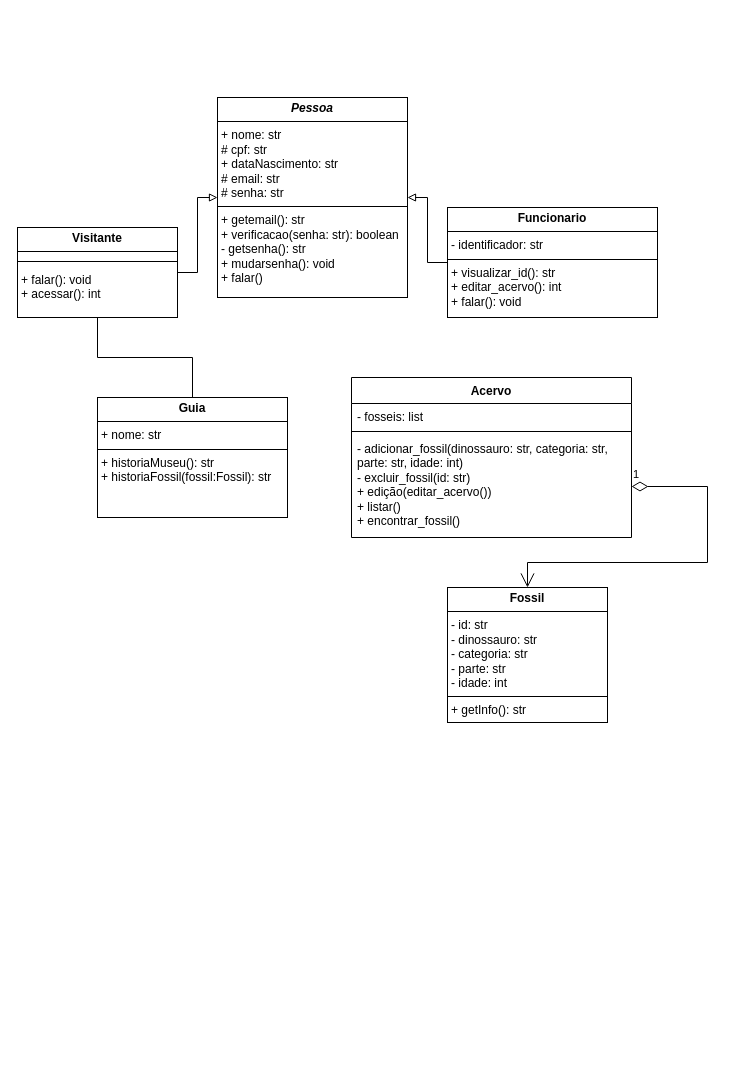
Before: diagramaMuseuDino.drawio in LeticiaMMorais/ProjetoMuseuDino, a draw.io diagram. Source tidied: cells renumbered, new cells numbered last; positions are measured from the earlier drawing's top-left corner, leaving out a move shared by most shapes. Both pictures are drawn from the tidied source at 100%, with x=0, y=0 at pixel (17, 97).
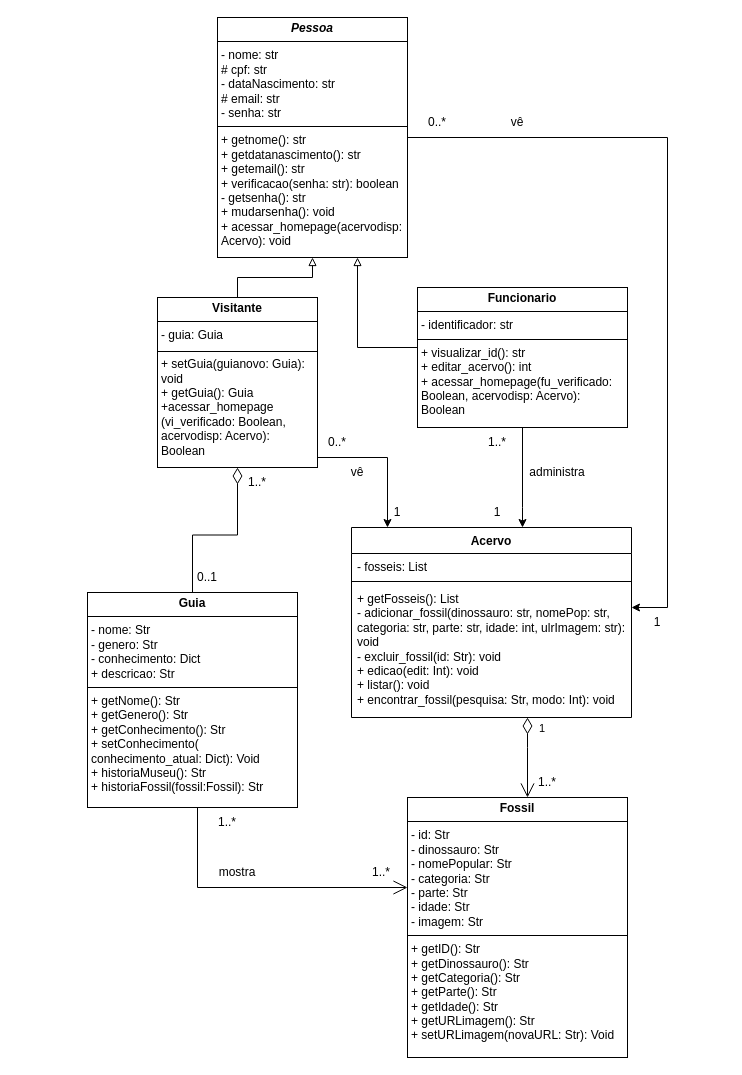
The same page after the edit.

What changed in the source:
```diff
@@
+    <mxCell id="16" style="edgeStyle=orthogonalEdgeStyle;rounded=0;jettySize=auto;html=1;" parent="1" edge="1" source="2" target="12">
+      <mxGeometry relative="1" as="geometry">
+        <Array as="points">
+          <mxPoint x="650" y="40" />
+          <mxPoint x="650" y="510" />
+        </Array>
+      </mxGeometry>
+    </mxCell>
-    <mxCell id="2" value="&lt;p style=&quot;margin:0px;margin-top:4px;text-align:center;&quot;&gt;&lt;b&gt;&lt;i&gt;Pessoa&lt;/i&gt;&lt;/b&gt;&lt;/p&gt;&lt;hr size=&quot;1&quot; style=&quot;border-style:solid;&quot;&gt;&lt;p style=&quot;margin:0px;margin-left:4px;&quot;&gt;+ nome: str&lt;/p&gt;&lt;p style=&quot;margin:0px;margin-left:4px;&quot;&gt;# cpf: str&lt;/p&gt;&lt;p style=&quot;margin:0px;margin-left:4px;&quot;&gt;+ dataNascimento: str&lt;/p&gt;&lt;p style=&quot;margin:0px;margin-left:4px;&quot;&gt;# email: str&lt;/p&gt;&lt;p style=&quot;margin:0px;margin-left:4px;&quot;&gt;# senha: str&lt;/p&gt;&lt;hr size=&quot;1&quot; style=&quot;border-style:solid;&quot;&gt;&lt;p style=&quot;margin:0px;margin-left:4px;&quot;&gt;&lt;span style=&quot;background-color: initial;&quot;&gt;+ getemail(): str&lt;/span&gt;&lt;/p&gt;&lt;p style=&quot;margin:0px;margin-left:4px;&quot;&gt;&lt;span style=&quot;background-color: initial;&quot;&gt;+ verificacao(senha: str): boolean&lt;/span&gt;&lt;/p&gt;&lt;p style=&quot;margin:0px;margin-left:4px;&quot;&gt;&lt;span style=&quot;background-color: initial;&quot;&gt;- getsenha(): str&lt;/span&gt;&lt;/p&gt;&lt;p style=&quot;margin:0px;margin-left:4px;&quot;&gt;&lt;span style=&quot;background-color: initial;&quot;&gt;+ mudarsenha(): void&lt;/span&gt;&lt;/p&gt;&lt;p style=&quot;margin:0px;margin-left:4px;&quot;&gt;+ falar()&lt;/p&gt;" style="verticalAlign=top;align=left;overflow=fill;html=1;whiteSpace=wrap;" parent="1" vertex="1">
-      <mxGeometry x="200" width="190" height="200" as="geometry" />
+    <mxCell id="2" value="&lt;p style=&quot;margin:0px;margin-top:4px;text-align:center;&quot;&gt;&lt;b&gt;&lt;i&gt;Pessoa&lt;/i&gt;&lt;/b&gt;&lt;/p&gt;&lt;hr size=&quot;1&quot; style=&quot;border-style:solid;&quot;&gt;&lt;p style=&quot;margin:0px;margin-left:4px;&quot;&gt;- nome: str&lt;/p&gt;&lt;p style=&quot;margin:0px;margin-left:4px;&quot;&gt;# cpf: str&lt;/p&gt;&lt;p style=&quot;margin:0px;margin-left:4px;&quot;&gt;- dataNascimento: str&lt;/p&gt;&lt;p style=&quot;margin:0px;margin-left:4px;&quot;&gt;# email: str&lt;/p&gt;&lt;p style=&quot;margin:0px;margin-left:4px;&quot;&gt;- senha: str&lt;/p&gt;&lt;hr size=&quot;1&quot; style=&quot;border-style:solid;&quot;&gt;&lt;p style=&quot;margin:0px;margin-left:4px;&quot;&gt;&lt;span style=&quot;background-color: initial;&quot;&gt;+ getnome(): str&lt;/span&gt;&lt;/p&gt;&lt;p style=&quot;margin:0px;margin-left:4px;&quot;&gt;&lt;span style=&quot;background-color: initial;&quot;&gt;+ getdatanascimento(): str&lt;/span&gt;&lt;/p&gt;&lt;p style=&quot;margin:0px;margin-left:4px;&quot;&gt;&lt;span style=&quot;background-color: initial;&quot;&gt;+ getemail(): str&lt;/span&gt;&lt;/p&gt;&lt;p style=&quot;margin:0px;margin-left:4px;&quot;&gt;&lt;span style=&quot;background-color: initial;&quot;&gt;+ verificacao(senha: str): boolean&lt;/span&gt;&lt;/p&gt;&lt;p style=&quot;margin:0px;margin-left:4px;&quot;&gt;&lt;span style=&quot;background-color: initial;&quot;&gt;- getsenha(): str&lt;/span&gt;&lt;/p&gt;&lt;p style=&quot;margin:0px;margin-left:4px;&quot;&gt;&lt;span style=&quot;background-color: initial;&quot;&gt;+ mudarsenha(): void&lt;/span&gt;&lt;/p&gt;&lt;p style=&quot;margin:0px;margin-left:4px;&quot;&gt;+ acessar_homepage(acervodisp: Acervo): void&lt;/p&gt;" style="verticalAlign=top;align=left;overflow=fill;html=1;whiteSpace=wrap;" parent="1" vertex="1">
+      <mxGeometry x="200" y="-80" width="190" height="240" as="geometry" />
     </mxCell>
-    <mxCell id="3" style="edgeStyle=orthogonalEdgeStyle;rounded=0;jettySize=auto;html=1;endArrow=none;endFill=0;" parent="1" edge="1" source="4" target="7">
+    <mxCell id="3" style="edgeStyle=orthogonalEdgeStyle;rounded=0;jettySize=auto;html=1;endArrow=none;endFill=0;startArrow=diamondThin;startFill=0;endSize=12;startSize=14;" parent="1" edge="1" source="4" target="7">
       <mxGeometry relative="1" as="geometry" />
     </mxCell>
+    <mxCell id="17" style="edgeStyle=orthogonalEdgeStyle;rounded=0;jettySize=auto;html=1;" parent="1" edge="1" source="4" target="9">
+      <mxGeometry relative="1" as="geometry">
+        <Array as="points">
+          <mxPoint x="370" y="360" />
+        </Array>
+      </mxGeometry>
+    </mxCell>
-    <mxCell id="4" value="&lt;p style=&quot;margin:0px;margin-top:4px;text-align:center;&quot;&gt;&lt;b&gt;Visitante&lt;/b&gt;&lt;/p&gt;&lt;hr size=&quot;1&quot; style=&quot;border-style:solid;&quot;&gt;&lt;p style=&quot;margin:0px;margin-left:4px;&quot;&gt;&lt;br&gt;&lt;/p&gt;&lt;p style=&quot;margin:0px;margin-left:4px;&quot;&gt;+ falar(): void&lt;/p&gt;&lt;p style=&quot;margin:0px;margin-left:4px;&quot;&gt;+ acessar(): int&lt;/p&gt;&lt;p style=&quot;margin:0px;margin-left:4px;&quot;&gt;&lt;br&gt;&lt;/p&gt;" style="verticalAlign=top;align=left;overflow=fill;html=1;whiteSpace=wrap;" parent="1" vertex="1">
-      <mxGeometry y="130" width="160" height="90" as="geometry" />
+    <mxCell id="4" value="&lt;p style=&quot;margin:0px;margin-top:4px;text-align:center;&quot;&gt;&lt;b&gt;Visitante&lt;/b&gt;&lt;/p&gt;&lt;hr size=&quot;1&quot; style=&quot;border-style:solid;&quot;&gt;&lt;p style=&quot;margin:0px;margin-left:4px;&quot;&gt;&lt;span style=&quot;background-color: initial;&quot;&gt;- guia: Guia&lt;/span&gt;&lt;/p&gt;&lt;p style=&quot;margin:0px;margin-left:4px;&quot;&gt;&lt;span style=&quot;background-color: initial;&quot;&gt;&lt;br&gt;&lt;/span&gt;&lt;/p&gt;&lt;p style=&quot;margin:0px;margin-left:4px;&quot;&gt;&lt;span style=&quot;background-color: initial;&quot;&gt;+ setGuia(guianovo: Guia): void&lt;/span&gt;&lt;/p&gt;&lt;p style=&quot;margin:0px;margin-left:4px;&quot;&gt;&lt;span style=&quot;background-color: initial;&quot;&gt;+ getGuia(): Guia&lt;/span&gt;&lt;/p&gt;&lt;p style=&quot;margin:0px;margin-left:4px;&quot;&gt;+acessar_homepage (vi_verificado: Boolean, acervodisp: Acervo): Boolean&lt;/p&gt;&lt;p style=&quot;margin:0px;margin-left:4px;&quot;&gt;&lt;br&gt;&lt;/p&gt;" style="verticalAlign=top;align=left;overflow=fill;html=1;whiteSpace=wrap;" parent="1" vertex="1">
+      <mxGeometry x="140" y="200" width="160" height="170" as="geometry" />
     </mxCell>
     <mxCell id="5" style="edgeStyle=orthogonalEdgeStyle;rounded=0;jettySize=auto;html=1;endArrow=block;endFill=0;" parent="1" edge="1" source="6" target="2">
-      <mxGeometry relative="1" as="geometry" />
+      <mxGeometry relative="1" as="geometry">
+        <Array as="points">
+          <mxPoint x="340" y="250" />
+        </Array>
+      </mxGeometry>
     </mxCell>
+    <mxCell id="18" style="edgeStyle=orthogonalEdgeStyle;rounded=0;jettySize=auto;html=1;" parent="1" edge="1" source="6" target="9">
+      <mxGeometry relative="1" as="geometry">
+        <Array as="points">
+          <mxPoint x="505" y="410" />
+          <mxPoint x="505" y="410" />
+        </Array>
+      </mxGeometry>
+    </mxCell>
-    <mxCell id="6" value="&lt;p style=&quot;margin:0px;margin-top:4px;text-align:center;&quot;&gt;&lt;b&gt;Funcionario&lt;/b&gt;&lt;/p&gt;&lt;hr size=&quot;1&quot; style=&quot;border-style:solid;&quot;&gt;&lt;p style=&quot;margin:0px;margin-left:4px;&quot;&gt;- identificador: str&lt;/p&gt;&lt;hr size=&quot;1&quot; style=&quot;border-style:solid;&quot;&gt;&lt;p style=&quot;margin:0px;margin-left:4px;&quot;&gt;+ visualizar_id(): str&lt;/p&gt;&lt;p style=&quot;margin:0px;margin-left:4px;&quot;&gt;+ editar_acervo(): int&lt;/p&gt;&lt;p style=&quot;margin:0px;margin-left:4px;&quot;&gt;+ falar(): void&lt;/p&gt;" style="verticalAlign=top;align=left;overflow=fill;html=1;whiteSpace=wrap;" parent="1" vertex="1">
-      <mxGeometry x="430" y="110" width="210" height="110" as="geometry" />
+    <mxCell id="6" value="&lt;p style=&quot;margin:0px;margin-top:4px;text-align:center;&quot;&gt;&lt;b&gt;Funcionario&lt;/b&gt;&lt;/p&gt;&lt;hr size=&quot;1&quot; style=&quot;border-style:solid;&quot;&gt;&lt;p style=&quot;margin:0px;margin-left:4px;&quot;&gt;- identificador: str&lt;/p&gt;&lt;hr size=&quot;1&quot; style=&quot;border-style:solid;&quot;&gt;&lt;p style=&quot;margin:0px;margin-left:4px;&quot;&gt;+ visualizar_id(): str&lt;/p&gt;&lt;p style=&quot;margin:0px;margin-left:4px;&quot;&gt;+ editar_acervo(): int&lt;/p&gt;&lt;p style=&quot;margin:0px;margin-left:4px;&quot;&gt;+ acessar_homepage(fu_verificado: Boolean, acervodisp: Acervo): Boolean&lt;/p&gt;" style="verticalAlign=top;align=left;overflow=fill;html=1;whiteSpace=wrap;" parent="1" vertex="1">
+      <mxGeometry x="400" y="190" width="210" height="140" as="geometry" />
     </mxCell>
+    <mxCell id="19" style="edgeStyle=orthogonalEdgeStyle;rounded=0;jettySize=auto;html=1;endArrow=open;endFill=0;strokeWidth=1;startSize=14;endSize=12;" parent="1" edge="1" source="7" target="8">
+      <mxGeometry relative="1" as="geometry">
+        <Array as="points">
+          <mxPoint x="180" y="790" />
+        </Array>
+      </mxGeometry>
+    </mxCell>
-    <mxCell id="7" value="&lt;p style=&quot;margin:0px;margin-top:4px;text-align:center;&quot;&gt;&lt;b&gt;Guia&lt;/b&gt;&lt;/p&gt;&lt;hr size=&quot;1&quot; style=&quot;border-style:solid;&quot;&gt;&lt;p style=&quot;margin:0px;margin-left:4px;&quot;&gt;+ nome: str&lt;/p&gt;&lt;hr size=&quot;1&quot; style=&quot;border-style:solid;&quot;&gt;&lt;p style=&quot;margin:0px;margin-left:4px;&quot;&gt;+ historiaMuseu(): str&lt;/p&gt;&lt;p style=&quot;margin:0px;margin-left:4px;&quot;&gt;+ historiaFossil(fossil:Fossil): str&lt;/p&gt;" style="verticalAlign=top;align=left;overflow=fill;html=1;whiteSpace=wrap;" parent="1" vertex="1">
-      <mxGeometry x="80" y="300" width="190" height="120" as="geometry" />
+    <mxCell id="7" value="&lt;p style=&quot;margin:0px;margin-top:4px;text-align:center;&quot;&gt;&lt;b&gt;Guia&lt;/b&gt;&lt;/p&gt;&lt;hr size=&quot;1&quot; style=&quot;border-style:solid;&quot;&gt;&lt;p style=&quot;margin:0px;margin-left:4px;&quot;&gt;- nome: Str&lt;/p&gt;&lt;p style=&quot;margin:0px;margin-left:4px;&quot;&gt;- genero: Str&lt;/p&gt;&lt;p style=&quot;margin:0px;margin-left:4px;&quot;&gt;- conhecimento: Dict&lt;/p&gt;&lt;p style=&quot;margin:0px;margin-left:4px;&quot;&gt;+ descricao: Str&lt;/p&gt;&lt;hr size=&quot;1&quot; style=&quot;border-style:solid;&quot;&gt;&lt;p style=&quot;margin:0px;margin-left:4px;&quot;&gt;+ getNome(): Str&lt;/p&gt;&lt;p style=&quot;margin:0px;margin-left:4px;&quot;&gt;+ getGenero(): Str&lt;/p&gt;&lt;p style=&quot;margin:0px;margin-left:4px;&quot;&gt;+ getConhecimento(): Str&lt;/p&gt;&lt;p style=&quot;margin:0px;margin-left:4px;&quot;&gt;+ setConhecimento( conhecimento_atual: Dict): Void&lt;/p&gt;&lt;p style=&quot;margin:0px;margin-left:4px;&quot;&gt;+ historiaMuseu(): Str&lt;/p&gt;&lt;p style=&quot;margin:0px;margin-left:4px;&quot;&gt;+ historiaFossil(fossil:Fossil): Str&lt;/p&gt;" style="verticalAlign=top;align=left;overflow=fill;html=1;whiteSpace=wrap;" parent="1" vertex="1">
+      <mxGeometry x="70" y="495" width="210" height="215" as="geometry" />
     </mxCell>
-    <mxCell id="8" value="&lt;p style=&quot;margin:0px;margin-top:4px;text-align:center;&quot;&gt;&lt;b&gt;Fossil&lt;/b&gt;&lt;/p&gt;&lt;hr size=&quot;1&quot; style=&quot;border-style:solid;&quot;&gt;&lt;p style=&quot;margin:0px;margin-left:4px;&quot;&gt;- id: str&lt;/p&gt;&lt;p style=&quot;margin:0px;margin-left:4px;&quot;&gt;- dinossauro: str&lt;/p&gt;&lt;p style=&quot;margin:0px;margin-left:4px;&quot;&gt;- categoria: str&lt;/p&gt;&lt;p style=&quot;margin:0px;margin-left:4px;&quot;&gt;- parte: str&lt;/p&gt;&lt;p style=&quot;margin:0px;margin-left:4px;&quot;&gt;- idade: int&lt;/p&gt;&lt;hr size=&quot;1&quot; style=&quot;border-style:solid;&quot;&gt;&lt;p style=&quot;margin:0px;margin-left:4px;&quot;&gt;+ getInfo(): str&lt;/p&gt;" style="verticalAlign=top;align=left;overflow=fill;html=1;whiteSpace=wrap;" parent="1" vertex="1">
-      <mxGeometry x="430" y="490" width="160" height="135" as="geometry" />
+    <mxCell id="8" value="&lt;p style=&quot;margin:0px;margin-top:4px;text-align:center;&quot;&gt;&lt;b&gt;Fossil&lt;/b&gt;&lt;/p&gt;&lt;hr size=&quot;1&quot; style=&quot;border-style:solid;&quot;&gt;&lt;p style=&quot;margin:0px;margin-left:4px;&quot;&gt;- id: Str&lt;/p&gt;&lt;p style=&quot;margin:0px;margin-left:4px;&quot;&gt;- dinossauro: Str&lt;/p&gt;&lt;p style=&quot;margin:0px;margin-left:4px;&quot;&gt;- nomePopular: Str&lt;/p&gt;&lt;p style=&quot;margin:0px;margin-left:4px;&quot;&gt;- categoria: Str&lt;/p&gt;&lt;p style=&quot;margin:0px;margin-left:4px;&quot;&gt;- parte: Str&lt;/p&gt;&lt;p style=&quot;margin:0px;margin-left:4px;&quot;&gt;- idade: Str&lt;/p&gt;&lt;p style=&quot;margin:0px;margin-left:4px;&quot;&gt;- imagem: Str&lt;/p&gt;&lt;hr size=&quot;1&quot; style=&quot;border-style:solid;&quot;&gt;&lt;p style=&quot;margin:0px;margin-left:4px;&quot;&gt;+ getID(): Str&lt;/p&gt;&lt;p style=&quot;margin:0px;margin-left:4px;&quot;&gt;+ getDinossauro(): Str&lt;/p&gt;&lt;p style=&quot;margin:0px;margin-left:4px;&quot;&gt;+ getCategoria(): Str&lt;/p&gt;&lt;p style=&quot;margin:0px;margin-left:4px;&quot;&gt;+ getParte(): Str&lt;/p&gt;&lt;p style=&quot;margin:0px;margin-left:4px;&quot;&gt;+ getIdade(): Str&lt;/p&gt;&lt;p style=&quot;margin:0px;margin-left:4px;&quot;&gt;+ getURLimagem(): Str&lt;/p&gt;&lt;p style=&quot;margin:0px;margin-left:4px;&quot;&gt;+ setURLimagem(novaURL: Str): Void&lt;/p&gt;" style="verticalAlign=top;align=left;overflow=fill;html=1;whiteSpace=wrap;" parent="1" vertex="1">
+      <mxGeometry x="390" y="700" width="220" height="260" as="geometry" />
     </mxCell>
     <mxCell id="9" value="Acervo" style="swimlane;fontStyle=1;align=center;verticalAlign=top;horizontal=1;startSize=26;whiteSpace=wrap;html=1;" parent="1" vertex="1">
-      <mxGeometry x="334" y="280" width="280" height="160" as="geometry" />
+      <mxGeometry x="334" y="430" width="280" height="190" as="geometry" />
     </mxCell>
-    <mxCell id="10" value="&lt;div&gt;&lt;span style=&quot;background-color: initial;&quot;&gt;- fosseis: list&lt;/span&gt;&lt;/div&gt;&lt;div&gt;&lt;span style=&quot;background-color: initial;&quot;&gt;&lt;br&gt;&lt;/span&gt;&lt;/div&gt;&lt;div&gt;&lt;span style=&quot;background-color: initial;&quot;&gt;&lt;br&gt;&lt;/span&gt;&lt;/div&gt;" style="text;strokeColor=none;fillColor=none;align=left;verticalAlign=top;spacingLeft=4;spacingRight=4;overflow=hidden;whiteSpace=wrap;html=1;" parent="9" vertex="1">
+    <mxCell id="10" value="&lt;div&gt;&lt;span style=&quot;background-color: initial;&quot;&gt;- fosseis: List&lt;/span&gt;&lt;/div&gt;&lt;div&gt;&lt;span style=&quot;background-color: initial;&quot;&gt;&lt;br&gt;&lt;/span&gt;&lt;/div&gt;&lt;div&gt;&lt;span style=&quot;background-color: initial;&quot;&gt;&lt;br&gt;&lt;/span&gt;&lt;/div&gt;" style="text;strokeColor=none;fillColor=none;align=left;verticalAlign=top;spacingLeft=4;spacingRight=4;overflow=hidden;whiteSpace=wrap;html=1;" parent="9" vertex="1">
       <mxGeometry y="26" width="280" height="24" as="geometry" />
     </mxCell>
@@
-    <mxCell id="12" value="- adicionar_fossil(dinossauro: str, categoria: str, parte: str, idade: int)&lt;div&gt;- excluir_fossil(id: str)&lt;/div&gt;&lt;div&gt;+ edição(editar_acervo())&lt;/div&gt;&lt;div&gt;+ listar()&lt;/div&gt;&lt;div&gt;+ encontrar_fossil()&lt;/div&gt;&lt;div&gt;&lt;br&gt;&lt;/div&gt;&lt;div&gt;&lt;br&gt;&lt;/div&gt;" style="text;strokeColor=none;fillColor=none;align=left;verticalAlign=top;spacingLeft=4;spacingRight=4;overflow=hidden;points=[[0,0.5],[1,0.5]];portConstraint=eastwest;whiteSpace=wrap;html=1;" parent="9" vertex="1">
-      <mxGeometry y="58" width="280" height="102" as="geometry" />
+    <mxCell id="12" value="&lt;div&gt;+ getFosseis(): List&lt;/div&gt;- adicionar_fossil(dinossauro: str, nomePop: str, categoria: str, parte: str, idade: int, ulrImagem: str): void&lt;div&gt;- excluir_fossil(id: Str): void&lt;/div&gt;&lt;div&gt;+ edicao(edit: Int): void&lt;/div&gt;&lt;div&gt;+ listar(): void&lt;/div&gt;&lt;div&gt;+ encontrar_fossil(pesquisa: Str, modo: Int): void&lt;/div&gt;&lt;div&gt;&lt;br&gt;&lt;/div&gt;&lt;div&gt;&lt;br&gt;&lt;/div&gt;" style="text;strokeColor=none;fillColor=none;align=left;verticalAlign=top;spacingLeft=4;spacingRight=4;overflow=hidden;points=[[0,0.5],[1,0.5]];portConstraint=eastwest;whiteSpace=wrap;html=1;" parent="9" vertex="1">
+      <mxGeometry y="58" width="280" height="132" as="geometry" />
     </mxCell>
@@
     <mxCell id="14" style="line;strokeWidth=1;fillColor=none;align=left;verticalAlign=middle;spacingTop=-1;spacingLeft=3;spacingRight=3;labelPosition=right;strokeColor=inherit;" parent="1" vertex="1">
-      <mxGeometry y="160" width="160" height="8" as="geometry" />
+      <mxGeometry x="140" y="250" width="160" height="8" as="geometry" />
     </mxCell>
-    <mxCell id="15" value="1" style="endArrow=open;html=1;endSize=12;startArrow=diamondThin;startSize=14;startFill=0;edgeStyle=orthogonalEdgeStyle;align=left;verticalAlign=bottom;rounded=0;" parent="1" edge="1" source="12" target="8">
-      <mxGeometry x="-1" y="3" relative="1" as="geometry">
+    <mxCell id="15" value="1" style="endArrow=open;html=1;endSize=12;startArrow=diamondThin;startSize=14;startFill=0;edgeStyle=orthogonalEdgeStyle;align=left;verticalAlign=bottom;rounded=0;endFill=0;" parent="1" edge="1" source="12" target="8">
+      <mxGeometry x="-0.5" y="10" relative="1" as="geometry">
         <Array as="points">
-          <mxPoint x="690" y="389" />
-          <mxPoint x="690" y="465" />
-          <mxPoint x="510" y="465" />
+          <mxPoint x="510" y="650" />
+          <mxPoint x="510" y="650" />
         </Array>
       </mxGeometry>
     </mxCell>
+    <mxCell id="20" value="1..*" style="text;html=1;align=center;verticalAlign=middle;whiteSpace=wrap;rounded=0;" parent="1" vertex="1">
+      <mxGeometry x="210" y="370" width="60" height="30" as="geometry" />
+    </mxCell>
+    <mxCell id="21" value="0..1" style="text;html=1;align=center;verticalAlign=middle;whiteSpace=wrap;rounded=0;" parent="1" vertex="1">
+      <mxGeometry x="160" y="465" width="60" height="30" as="geometry" />
+    </mxCell>
+    <mxCell id="22" value="1..*" style="text;html=1;align=center;verticalAlign=middle;whiteSpace=wrap;rounded=0;" parent="1" vertex="1">
+      <mxGeometry x="500" y="670" width="60" height="30" as="geometry" />
+    </mxCell>
+    <mxCell id="23" value="mostra" style="text;html=1;align=center;verticalAlign=middle;whiteSpace=wrap;rounded=0;" parent="1" vertex="1">
+      <mxGeometry x="190" y="760" width="60" height="30" as="geometry" />
+    </mxCell>
+    <mxCell id="24" value="1..*" style="text;html=1;align=center;verticalAlign=middle;whiteSpace=wrap;rounded=0;" parent="1" vertex="1">
+      <mxGeometry x="180" y="710" width="60" height="30" as="geometry" />
+    </mxCell>
+    <mxCell id="25" value="1..*" style="text;html=1;align=center;verticalAlign=middle;whiteSpace=wrap;rounded=0;" parent="1" vertex="1">
+      <mxGeometry x="334" y="760" width="60" height="30" as="geometry" />
+    </mxCell>
+    <mxCell id="26" value="vê" style="text;html=1;align=center;verticalAlign=middle;whiteSpace=wrap;rounded=0;" parent="1" vertex="1">
+      <mxGeometry x="310" y="360" width="60" height="30" as="geometry" />
+    </mxCell>
+    <mxCell id="27" value="0..*" style="text;html=1;align=center;verticalAlign=middle;whiteSpace=wrap;rounded=0;" parent="1" vertex="1">
+      <mxGeometry x="290" y="330" width="60" height="30" as="geometry" />
+    </mxCell>
+    <mxCell id="28" value="1" style="text;html=1;align=center;verticalAlign=middle;whiteSpace=wrap;rounded=0;" parent="1" vertex="1">
+      <mxGeometry x="350" y="400" width="60" height="30" as="geometry" />
+    </mxCell>
+    <mxCell id="29" value="1" style="text;html=1;align=center;verticalAlign=middle;whiteSpace=wrap;rounded=0;" parent="1" vertex="1">
+      <mxGeometry x="450" y="400" width="60" height="30" as="geometry" />
+    </mxCell>
+    <mxCell id="30" value="1..*" style="text;html=1;align=center;verticalAlign=middle;whiteSpace=wrap;rounded=0;" parent="1" vertex="1">
+      <mxGeometry x="450" y="330" width="60" height="30" as="geometry" />
+    </mxCell>
+    <mxCell id="31" value="administra" style="text;html=1;align=center;verticalAlign=middle;whiteSpace=wrap;rounded=0;" parent="1" vertex="1">
+      <mxGeometry x="510" y="360" width="60" height="30" as="geometry" />
+    </mxCell>
+    <mxCell id="32" value="vê" style="text;html=1;align=center;verticalAlign=middle;whiteSpace=wrap;rounded=0;" parent="1" vertex="1">
+      <mxGeometry x="470" y="10" width="60" height="30" as="geometry" />
+    </mxCell>
+    <mxCell id="33" value="0..*" style="text;html=1;align=center;verticalAlign=middle;whiteSpace=wrap;rounded=0;" parent="1" vertex="1">
+      <mxGeometry x="390" y="10" width="60" height="30" as="geometry" />
+    </mxCell>
+    <mxCell id="34" value="1" style="text;html=1;align=center;verticalAlign=middle;whiteSpace=wrap;rounded=0;" parent="1" vertex="1">
+      <mxGeometry x="610" y="510" width="60" height="30" as="geometry" />
+    </mxCell>
```
